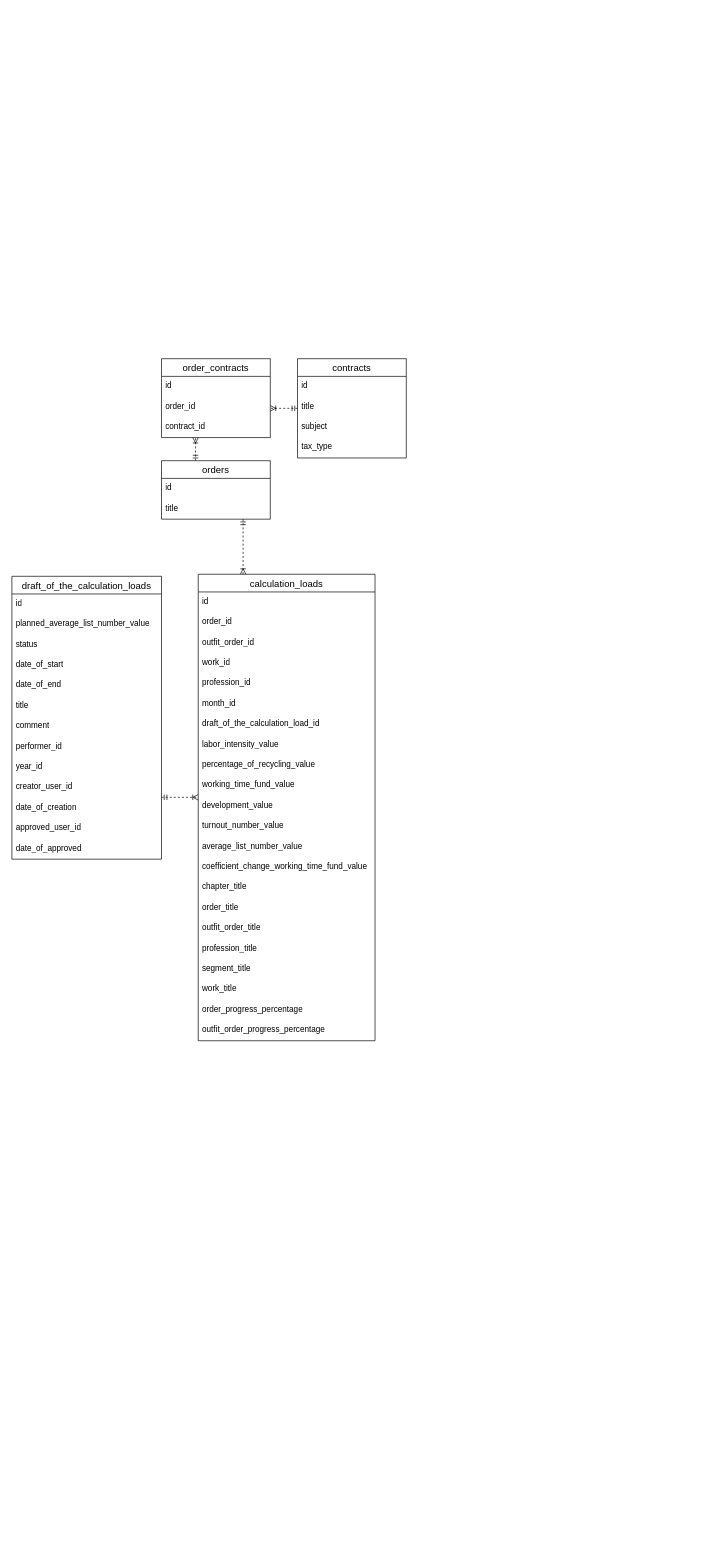
Before: Физическая диаграмма базы данных.drawio in VladZainullin/Diploma, a draw.io diagram. Source tidied: cells renumbered, new cells numbered last; positions are measured from the earlier drawing's top-left corner, leaving out a move shared by most shapes. Both pictures are drawn from the tidied source at 68%, with x=0, y=0 at pixel (12, 358).
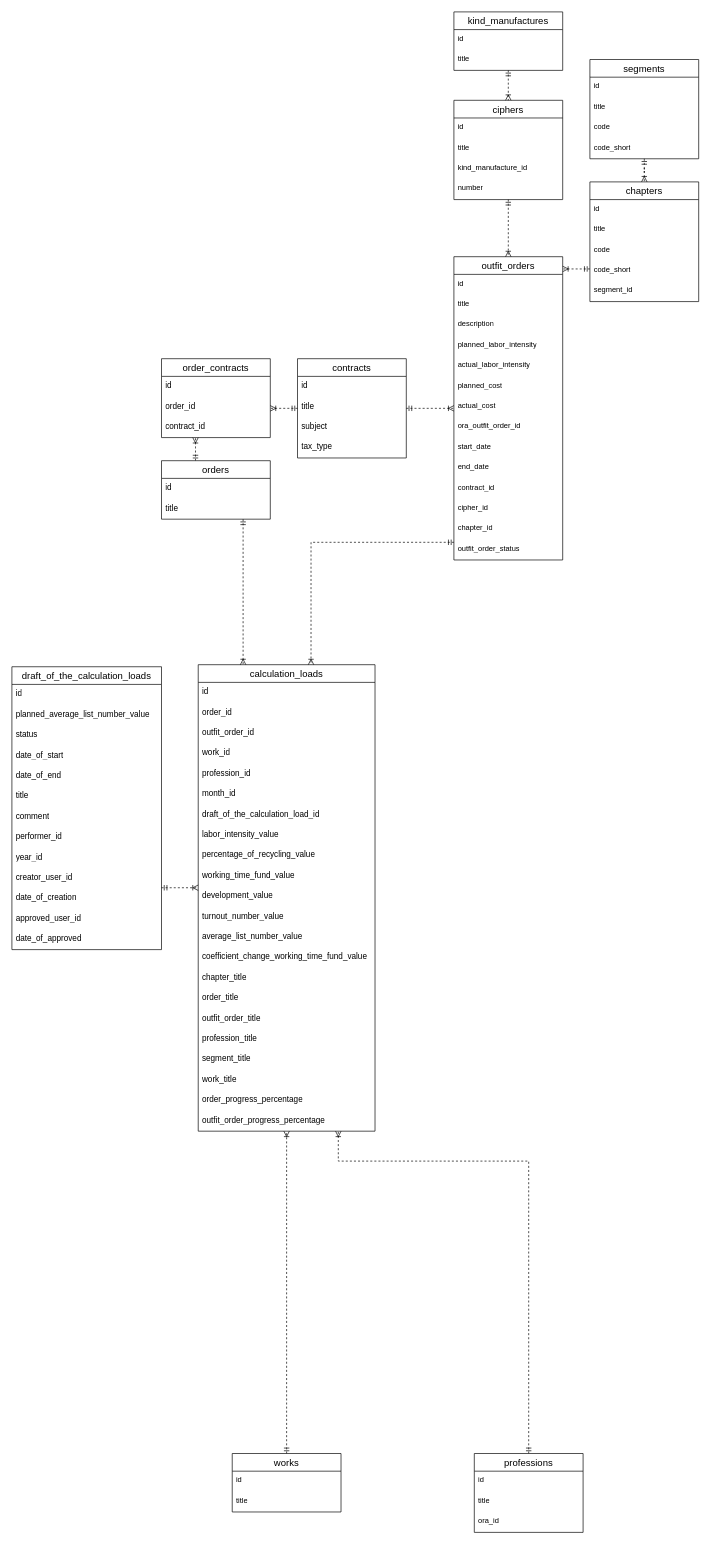
Above is the later version.

The change refers to these unchanged cells:
```xml
<mxCell id="46" value="contracts" style="swimlane;fontStyle=0;horizontal=1;startSize=26;align=center;fontSize=14;" parent="1" vertex="1">
  <mxGeometry x="420" width="160" height="146" as="geometry" />
</mxCell>
```

Diff of the diagram source:
```diff
@@
     <mxCell id="2" style="edgeStyle=orthogonalEdgeStyle;rounded=0;jettySize=auto;html=1;dashed=1;endArrow=ERoneToMany;endFill=0;startArrow=ERmandOne;startFill=0;" parent="1" edge="1" source="3" target="17">
       <mxGeometry relative="1" as="geometry">
         <Array as="points">
-          <mxPoint x="240" y="645" />
-          <mxPoint x="240" y="645" />
+          <mxPoint x="240" y="778" />
+          <mxPoint x="240" y="778" />
         </Array>
       </mxGeometry>
     </mxCell>
     <mxCell id="3" value="draft_of_the_calculation_loads" style="swimlane;fontStyle=0;horizontal=1;startSize=26;align=center;fontSize=14;" parent="1" vertex="1">
-      <mxGeometry y="320" width="220" height="416" as="geometry" />
+      <mxGeometry y="453" width="220" height="416" as="geometry" />
     </mxCell>
@@
     <mxCell id="17" value="calculation_loads" style="swimlane;fontStyle=0;horizontal=1;startSize=26;align=center;fontSize=14;" parent="1" vertex="1">
-      <mxGeometry x="274" y="317" width="260" height="686" as="geometry" />
+      <mxGeometry x="274" y="450" width="260" height="686" as="geometry" />
     </mxCell>
@@
+    <mxCell id="55" style="edgeStyle=orthogonalEdgeStyle;rounded=0;jettySize=auto;html=1;dashed=1;strokeColor=default;align=center;verticalAlign=middle;fontFamily=Helvetica;fontSize=11;fontColor=default;labelBackgroundColor=default;startArrow=ERmandOne;startFill=0;endArrow=ERoneToMany;endFill=0;" parent="1" edge="1" source="46" target="56">
+      <mxGeometry relative="1" as="geometry" />
+    </mxCell>
@@
+    <mxCell id="56" value="outfit_orders" style="swimlane;fontStyle=0;horizontal=1;startSize=26;align=center;fontSize=14;fontFamily=Helvetica;fontColor=default;labelBackgroundColor=default;" parent="1" vertex="1">
+      <mxGeometry x="650" y="-150" width="160" height="446" as="geometry" />
+    </mxCell>
+    <mxCell id="57" value="id" style="text;strokeColor=none;fillColor=none;spacingLeft=4;spacingRight=4;overflow=hidden;fontSize=11;whiteSpace=wrap;html=1;fontFamily=Helvetica;fontColor=default;labelBackgroundColor=default;" parent="56" vertex="1">
+      <mxGeometry y="26" width="160" height="30" as="geometry" />
+    </mxCell>
+    <mxCell id="58" value="title" style="text;strokeColor=none;fillColor=none;spacingLeft=4;spacingRight=4;overflow=hidden;fontSize=11;whiteSpace=wrap;html=1;fontFamily=Helvetica;fontColor=default;labelBackgroundColor=default;" parent="56" vertex="1">
+      <mxGeometry y="56" width="160" height="30" as="geometry" />
+    </mxCell>
+    <mxCell id="59" value="description" style="text;strokeColor=none;fillColor=none;spacingLeft=4;spacingRight=4;overflow=hidden;fontSize=11;whiteSpace=wrap;html=1;fontFamily=Helvetica;fontColor=default;labelBackgroundColor=default;" parent="56" vertex="1">
+      <mxGeometry y="86" width="160" height="30" as="geometry" />
+    </mxCell>
+    <mxCell id="60" value="planned_labor_intensity" style="text;strokeColor=none;fillColor=none;spacingLeft=4;spacingRight=4;overflow=hidden;fontSize=11;whiteSpace=wrap;html=1;fontFamily=Helvetica;fontColor=default;labelBackgroundColor=default;" parent="56" vertex="1">
+      <mxGeometry y="116" width="160" height="30" as="geometry" />
+    </mxCell>
+    <mxCell id="61" value="actual_labor_intensity" style="text;strokeColor=none;fillColor=none;spacingLeft=4;spacingRight=4;overflow=hidden;fontSize=11;whiteSpace=wrap;html=1;fontFamily=Helvetica;fontColor=default;labelBackgroundColor=default;" parent="56" vertex="1">
+      <mxGeometry y="146" width="160" height="30" as="geometry" />
+    </mxCell>
+    <mxCell id="62" value="planned_cost" style="text;strokeColor=none;fillColor=none;spacingLeft=4;spacingRight=4;overflow=hidden;fontSize=11;whiteSpace=wrap;html=1;fontFamily=Helvetica;fontColor=default;labelBackgroundColor=default;" parent="56" vertex="1">
+      <mxGeometry y="176" width="160" height="30" as="geometry" />
+    </mxCell>
+    <mxCell id="63" value="actual_cost" style="text;strokeColor=none;fillColor=none;spacingLeft=4;spacingRight=4;overflow=hidden;fontSize=11;whiteSpace=wrap;html=1;fontFamily=Helvetica;fontColor=default;labelBackgroundColor=default;" parent="56" vertex="1">
+      <mxGeometry y="206" width="160" height="30" as="geometry" />
+    </mxCell>
+    <mxCell id="64" value="ora_outfit_order_id" style="text;strokeColor=none;fillColor=none;spacingLeft=4;spacingRight=4;overflow=hidden;fontSize=11;whiteSpace=wrap;html=1;fontFamily=Helvetica;fontColor=default;labelBackgroundColor=default;" parent="56" vertex="1">
+      <mxGeometry y="236" width="160" height="30" as="geometry" />
+    </mxCell>
+    <mxCell id="65" value="start_date" style="text;strokeColor=none;fillColor=none;spacingLeft=4;spacingRight=4;overflow=hidden;fontSize=11;whiteSpace=wrap;html=1;fontFamily=Helvetica;fontColor=default;labelBackgroundColor=default;" parent="56" vertex="1">
+      <mxGeometry y="266" width="160" height="30" as="geometry" />
+    </mxCell>
+    <mxCell id="66" value="end_date" style="text;strokeColor=none;fillColor=none;spacingLeft=4;spacingRight=4;overflow=hidden;fontSize=11;whiteSpace=wrap;html=1;fontFamily=Helvetica;fontColor=default;labelBackgroundColor=default;" parent="56" vertex="1">
+      <mxGeometry y="296" width="160" height="30" as="geometry" />
+    </mxCell>
+    <mxCell id="67" value="contract_id" style="text;strokeColor=none;fillColor=none;spacingLeft=4;spacingRight=4;overflow=hidden;fontSize=11;whiteSpace=wrap;html=1;fontFamily=Helvetica;fontColor=default;labelBackgroundColor=default;" parent="56" vertex="1">
+      <mxGeometry y="326" width="160" height="30" as="geometry" />
+    </mxCell>
+    <mxCell id="68" value="cipher_id" style="text;strokeColor=none;fillColor=none;spacingLeft=4;spacingRight=4;overflow=hidden;fontSize=11;whiteSpace=wrap;html=1;fontFamily=Helvetica;fontColor=default;labelBackgroundColor=default;" parent="56" vertex="1">
+      <mxGeometry y="356" width="160" height="30" as="geometry" />
+    </mxCell>
+    <mxCell id="69" value="chapter_id" style="text;strokeColor=none;fillColor=none;spacingLeft=4;spacingRight=4;overflow=hidden;fontSize=11;whiteSpace=wrap;html=1;fontFamily=Helvetica;fontColor=default;labelBackgroundColor=default;" parent="56" vertex="1">
+      <mxGeometry y="386" width="160" height="30" as="geometry" />
+    </mxCell>
+    <mxCell id="70" value="outfit_order_status" style="text;strokeColor=none;fillColor=none;spacingLeft=4;spacingRight=4;overflow=hidden;fontSize=11;whiteSpace=wrap;html=1;fontFamily=Helvetica;fontColor=default;labelBackgroundColor=default;" parent="56" vertex="1">
+      <mxGeometry y="416" width="160" height="30" as="geometry" />
+    </mxCell>
+    <mxCell id="71" style="edgeStyle=orthogonalEdgeStyle;rounded=0;jettySize=auto;html=1;dashed=1;strokeColor=default;align=center;verticalAlign=middle;fontFamily=Helvetica;fontSize=11;fontColor=default;labelBackgroundColor=default;startArrow=ERmandOne;startFill=0;endArrow=ERoneToMany;endFill=0;" parent="1" edge="1" source="72" target="56">
+      <mxGeometry relative="1" as="geometry" />
+    </mxCell>
+    <mxCell id="72" value="ciphers" style="swimlane;fontStyle=0;horizontal=1;startSize=26;align=center;fontSize=14;fontFamily=Helvetica;fontColor=default;labelBackgroundColor=default;" parent="1" vertex="1">
+      <mxGeometry x="650" y="-380" width="160" height="146" as="geometry" />
+    </mxCell>
+    <mxCell id="73" value="id" style="text;strokeColor=none;fillColor=none;spacingLeft=4;spacingRight=4;overflow=hidden;fontSize=11;whiteSpace=wrap;html=1;fontFamily=Helvetica;fontColor=default;labelBackgroundColor=default;" parent="72" vertex="1">
+      <mxGeometry y="26" width="160" height="30" as="geometry" />
+    </mxCell>
+    <mxCell id="74" value="title" style="text;strokeColor=none;fillColor=none;spacingLeft=4;spacingRight=4;overflow=hidden;fontSize=11;whiteSpace=wrap;html=1;fontFamily=Helvetica;fontColor=default;labelBackgroundColor=default;" parent="72" vertex="1">
+      <mxGeometry y="56" width="160" height="30" as="geometry" />
+    </mxCell>
+    <mxCell id="75" value="kind_manufacture_id" style="text;strokeColor=none;fillColor=none;spacingLeft=4;spacingRight=4;overflow=hidden;fontSize=11;whiteSpace=wrap;html=1;fontFamily=Helvetica;fontColor=default;labelBackgroundColor=default;" parent="72" vertex="1">
+      <mxGeometry y="86" width="160" height="30" as="geometry" />
+    </mxCell>
+    <mxCell id="76" value="number" style="text;strokeColor=none;fillColor=none;spacingLeft=4;spacingRight=4;overflow=hidden;fontSize=11;whiteSpace=wrap;html=1;fontFamily=Helvetica;fontColor=default;labelBackgroundColor=default;" parent="72" vertex="1">
+      <mxGeometry y="116" width="160" height="30" as="geometry" />
+    </mxCell>
+    <mxCell id="77" style="edgeStyle=orthogonalEdgeStyle;rounded=0;jettySize=auto;html=1;dashed=1;strokeColor=default;align=center;verticalAlign=middle;fontFamily=Helvetica;fontSize=11;fontColor=default;labelBackgroundColor=default;startArrow=ERmandOne;startFill=0;endArrow=ERoneToMany;endFill=0;" parent="1" edge="1" source="78" target="72">
+      <mxGeometry relative="1" as="geometry" />
+    </mxCell>
+    <mxCell id="78" value="kind_manufactures" style="swimlane;fontStyle=0;horizontal=1;startSize=26;align=center;fontSize=14;fontFamily=Helvetica;fontColor=default;labelBackgroundColor=default;" parent="1" vertex="1">
+      <mxGeometry x="650" y="-510" width="160" height="86" as="geometry" />
+    </mxCell>
+    <mxCell id="79" value="id" style="text;strokeColor=none;fillColor=none;spacingLeft=4;spacingRight=4;overflow=hidden;fontSize=11;whiteSpace=wrap;html=1;fontFamily=Helvetica;fontColor=default;labelBackgroundColor=default;" parent="78" vertex="1">
+      <mxGeometry y="26" width="160" height="30" as="geometry" />
+    </mxCell>
+    <mxCell id="80" value="title" style="text;strokeColor=none;fillColor=none;spacingLeft=4;spacingRight=4;overflow=hidden;fontSize=11;whiteSpace=wrap;html=1;fontFamily=Helvetica;fontColor=default;labelBackgroundColor=default;" parent="78" vertex="1">
+      <mxGeometry y="56" width="160" height="30" as="geometry" />
+    </mxCell>
+    <mxCell id="81" style="edgeStyle=orthogonalEdgeStyle;rounded=0;jettySize=auto;html=1;dashed=1;strokeColor=default;align=center;verticalAlign=middle;fontFamily=Helvetica;fontSize=11;fontColor=default;labelBackgroundColor=default;startArrow=ERmandOne;startFill=0;endArrow=ERoneToMany;endFill=0;" parent="1" edge="1" source="82" target="56">
+      <mxGeometry relative="1" as="geometry">
+        <Array as="points">
+          <mxPoint x="840" y="-132" />
+          <mxPoint x="840" y="-132" />
+        </Array>
+      </mxGeometry>
+    </mxCell>
+    <mxCell id="82" value="chapters" style="swimlane;fontStyle=0;horizontal=1;startSize=26;align=center;fontSize=14;fontFamily=Helvetica;fontColor=default;labelBackgroundColor=default;" parent="1" vertex="1">
+      <mxGeometry x="850" y="-260" width="160" height="176" as="geometry" />
+    </mxCell>
+    <mxCell id="83" value="id" style="text;strokeColor=none;fillColor=none;spacingLeft=4;spacingRight=4;overflow=hidden;fontSize=11;whiteSpace=wrap;html=1;fontFamily=Helvetica;fontColor=default;labelBackgroundColor=default;" parent="82" vertex="1">
+      <mxGeometry y="26" width="160" height="30" as="geometry" />
+    </mxCell>
+    <mxCell id="84" value="title" style="text;strokeColor=none;fillColor=none;spacingLeft=4;spacingRight=4;overflow=hidden;fontSize=11;whiteSpace=wrap;html=1;fontFamily=Helvetica;fontColor=default;labelBackgroundColor=default;" parent="82" vertex="1">
+      <mxGeometry y="56" width="160" height="30" as="geometry" />
+    </mxCell>
+    <mxCell id="85" value="code" style="text;strokeColor=none;fillColor=none;spacingLeft=4;spacingRight=4;overflow=hidden;fontSize=11;whiteSpace=wrap;html=1;fontFamily=Helvetica;fontColor=default;labelBackgroundColor=default;" parent="82" vertex="1">
+      <mxGeometry y="86" width="160" height="30" as="geometry" />
+    </mxCell>
+    <mxCell id="86" value="code_short" style="text;strokeColor=none;fillColor=none;spacingLeft=4;spacingRight=4;overflow=hidden;fontSize=11;whiteSpace=wrap;html=1;fontFamily=Helvetica;fontColor=default;labelBackgroundColor=default;" parent="82" vertex="1">
+      <mxGeometry y="116" width="160" height="30" as="geometry" />
+    </mxCell>
+    <mxCell id="87" value="segment_id" style="text;strokeColor=none;fillColor=none;spacingLeft=4;spacingRight=4;overflow=hidden;fontSize=11;whiteSpace=wrap;html=1;fontFamily=Helvetica;fontColor=default;labelBackgroundColor=default;" parent="82" vertex="1">
+      <mxGeometry y="146" width="160" height="30" as="geometry" />
+    </mxCell>
+    <mxCell id="88" style="edgeStyle=orthogonalEdgeStyle;rounded=0;jettySize=auto;html=1;dashed=1;strokeColor=default;align=center;verticalAlign=middle;fontFamily=Helvetica;fontSize=11;fontColor=default;labelBackgroundColor=default;startArrow=ERmandOne;startFill=0;endArrow=ERoneToMany;endFill=0;" parent="1" edge="1" source="89" target="82">
+      <mxGeometry relative="1" as="geometry" />
+    </mxCell>
+    <mxCell id="89" value="segments" style="swimlane;fontStyle=0;horizontal=1;startSize=26;align=center;fontSize=14;fontFamily=Helvetica;fontColor=default;labelBackgroundColor=default;" parent="1" vertex="1">
+      <mxGeometry x="850" y="-440" width="160" height="146" as="geometry" />
+    </mxCell>
+    <mxCell id="90" value="id" style="text;strokeColor=none;fillColor=none;spacingLeft=4;spacingRight=4;overflow=hidden;fontSize=11;whiteSpace=wrap;html=1;fontFamily=Helvetica;fontColor=default;labelBackgroundColor=default;" parent="89" vertex="1">
+      <mxGeometry y="26" width="160" height="30" as="geometry" />
+    </mxCell>
+    <mxCell id="91" value="title" style="text;strokeColor=none;fillColor=none;spacingLeft=4;spacingRight=4;overflow=hidden;fontSize=11;whiteSpace=wrap;html=1;fontFamily=Helvetica;fontColor=default;labelBackgroundColor=default;" parent="89" vertex="1">
+      <mxGeometry y="56" width="160" height="30" as="geometry" />
+    </mxCell>
+    <mxCell id="92" value="code" style="text;strokeColor=none;fillColor=none;spacingLeft=4;spacingRight=4;overflow=hidden;fontSize=11;whiteSpace=wrap;html=1;fontFamily=Helvetica;fontColor=default;labelBackgroundColor=default;" parent="89" vertex="1">
+      <mxGeometry y="86" width="160" height="30" as="geometry" />
+    </mxCell>
+    <mxCell id="93" value="code_short" style="text;strokeColor=none;fillColor=none;spacingLeft=4;spacingRight=4;overflow=hidden;fontSize=11;whiteSpace=wrap;html=1;fontFamily=Helvetica;fontColor=default;labelBackgroundColor=default;" parent="89" vertex="1">
+      <mxGeometry y="116" width="160" height="30" as="geometry" />
+    </mxCell>
+    <mxCell id="94" style="edgeStyle=orthogonalEdgeStyle;rounded=0;jettySize=auto;html=1;dashed=1;strokeColor=default;align=center;verticalAlign=middle;fontFamily=Helvetica;fontSize=11;fontColor=default;labelBackgroundColor=default;startArrow=ERmandOne;startFill=0;endArrow=ERoneToMany;endFill=0;" parent="1" edge="1" source="95" target="17">
+      <mxGeometry relative="1" as="geometry" />
+    </mxCell>
+    <mxCell id="95" value="works" style="swimlane;fontStyle=0;horizontal=1;startSize=26;align=center;fontSize=14;fontFamily=Helvetica;fontColor=default;labelBackgroundColor=default;" parent="1" vertex="1">
+      <mxGeometry x="324" y="1610" width="160" height="86" as="geometry" />
+    </mxCell>
+    <mxCell id="96" value="id" style="text;strokeColor=none;fillColor=none;spacingLeft=4;spacingRight=4;overflow=hidden;fontSize=11;whiteSpace=wrap;html=1;fontFamily=Helvetica;fontColor=default;labelBackgroundColor=default;" parent="95" vertex="1">
+      <mxGeometry y="26" width="160" height="30" as="geometry" />
+    </mxCell>
+    <mxCell id="97" value="title" style="text;strokeColor=none;fillColor=none;spacingLeft=4;spacingRight=4;overflow=hidden;fontSize=11;whiteSpace=wrap;html=1;fontFamily=Helvetica;fontColor=default;labelBackgroundColor=default;" parent="95" vertex="1">
+      <mxGeometry y="56" width="160" height="30" as="geometry" />
+    </mxCell>
+    <mxCell id="98" style="edgeStyle=orthogonalEdgeStyle;rounded=0;jettySize=auto;html=1;dashed=1;strokeColor=default;align=center;verticalAlign=middle;fontFamily=Helvetica;fontSize=11;fontColor=default;labelBackgroundColor=default;startArrow=ERmandOne;startFill=0;endArrow=ERoneToMany;endFill=0;" parent="1" edge="1" source="99" target="17">
+      <mxGeometry relative="1" as="geometry">
+        <Array as="points">
+          <mxPoint x="760" y="1180" />
+          <mxPoint x="480" y="1180" />
+        </Array>
+      </mxGeometry>
+    </mxCell>
+    <mxCell id="99" value="professions" style="swimlane;fontStyle=0;horizontal=1;startSize=26;align=center;fontSize=14;fontFamily=Helvetica;fontColor=default;labelBackgroundColor=default;" parent="1" vertex="1">
+      <mxGeometry x="680" y="1610" width="160" height="116" as="geometry" />
+    </mxCell>
+    <mxCell id="100" value="id" style="text;strokeColor=none;fillColor=none;spacingLeft=4;spacingRight=4;overflow=hidden;fontSize=11;whiteSpace=wrap;html=1;fontFamily=Helvetica;fontColor=default;labelBackgroundColor=default;" parent="99" vertex="1">
+      <mxGeometry y="26" width="160" height="30" as="geometry" />
+    </mxCell>
+    <mxCell id="101" value="title" style="text;strokeColor=none;fillColor=none;spacingLeft=4;spacingRight=4;overflow=hidden;fontSize=11;whiteSpace=wrap;html=1;fontFamily=Helvetica;fontColor=default;labelBackgroundColor=default;" parent="99" vertex="1">
+      <mxGeometry y="56" width="160" height="30" as="geometry" />
+    </mxCell>
+    <mxCell id="102" value="ora_id" style="text;strokeColor=none;fillColor=none;spacingLeft=4;spacingRight=4;overflow=hidden;fontSize=11;whiteSpace=wrap;html=1;fontFamily=Helvetica;fontColor=default;labelBackgroundColor=default;" parent="99" vertex="1">
+      <mxGeometry y="86" width="160" height="30" as="geometry" />
+    </mxCell>
+    <mxCell id="103" style="edgeStyle=orthogonalEdgeStyle;rounded=0;jettySize=auto;html=1;entryX=0.638;entryY=0;entryDx=0;entryDy=0;entryPerimeter=0;dashed=1;strokeColor=default;align=center;verticalAlign=middle;fontFamily=Helvetica;fontSize=11;fontColor=default;labelBackgroundColor=default;startArrow=ERmandOne;startFill=0;endArrow=ERoneToMany;endFill=0;" parent="1" edge="1" source="56" target="17">
+      <mxGeometry relative="1" as="geometry">
+        <Array as="points">
+          <mxPoint x="440" y="270" />
+        </Array>
+      </mxGeometry>
+    </mxCell>
```
